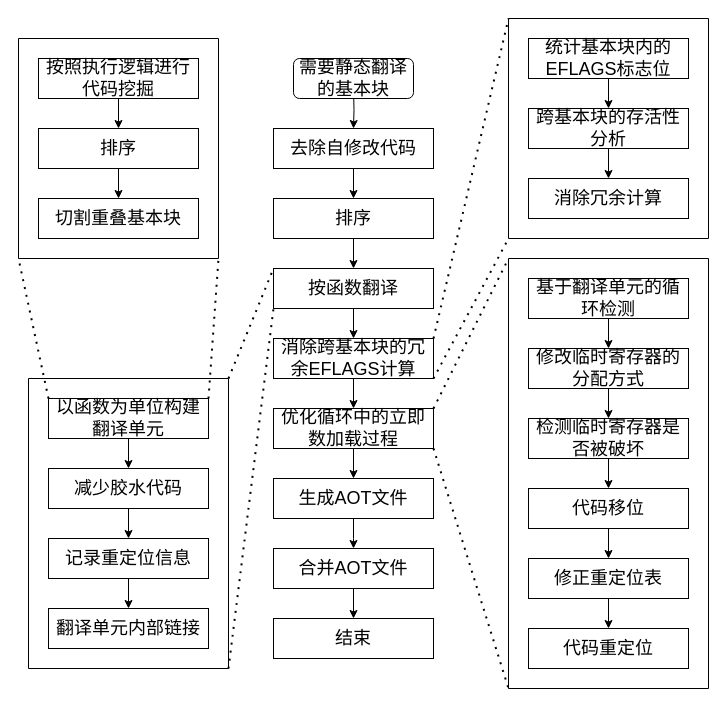
This is page "第 32 页" (35 of 43) of lajit.drawio from ganjue66da/ganjue66da, a draw.io file, before an edit. Source tidied: cells renumbered, new cells numbered last; positions are measured from the earlier drawing's top-left corner, leaving out a move shared by most shapes. Both pictures are drawn from the tidied source at 100%, with x=0, y=0 at pixel (18, 18).
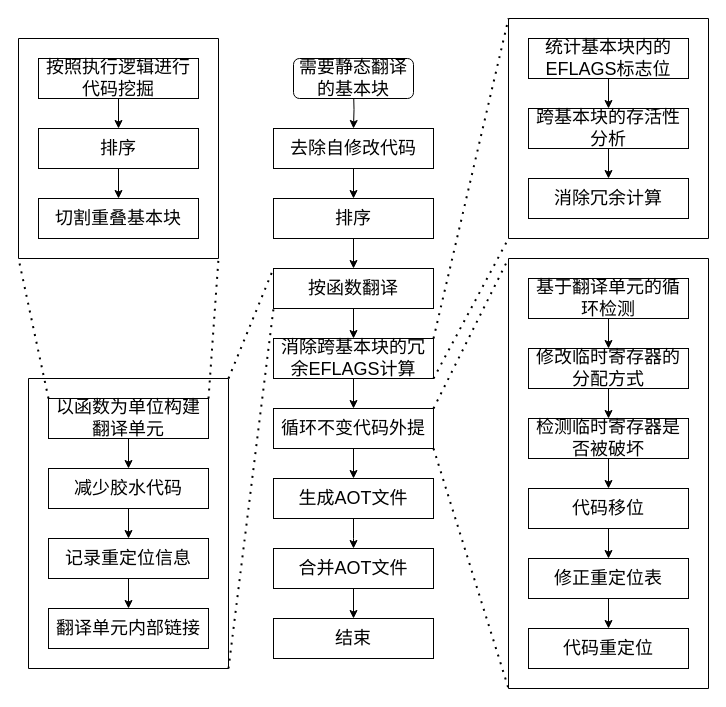
The same page after the edit.

Diff of the diagram source:
```diff
@@
-    <mxCell id="13" value="优化循环中的立即数加载过程" style="rounded=0;whiteSpace=wrap;html=1;fontSize=18;fillColor=none;" parent="1" vertex="1">
+    <mxCell id="13" value="循环不变代码外提" style="rounded=0;whiteSpace=wrap;html=1;fontSize=18;fillColor=none;" parent="1" vertex="1">
       <mxGeometry x="255" y="390" width="160" height="40" as="geometry" />
     </mxCell>
```
